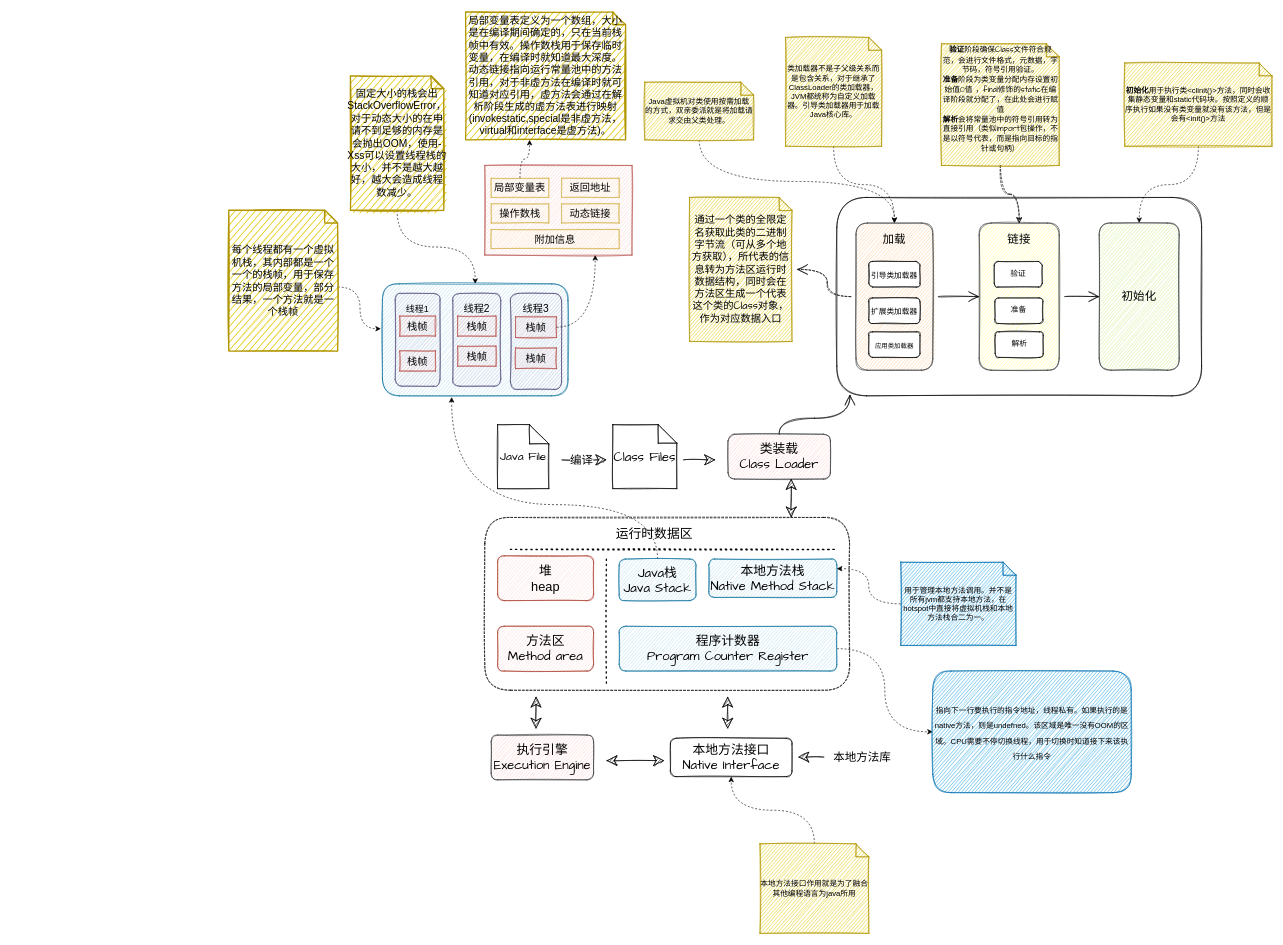
kchastes/blog keeps this draw.io diagram as study-note/JVM一览图.drawio. Above is the earlier version. Source tidied: cells renumbered, new cells numbered last; positions are measured from the earlier drawing's top-left corner, leaving out a move shared by most shapes. Both pictures are drawn from the tidied source at 64%, with x=0, y=0 at pixel (228, 12).
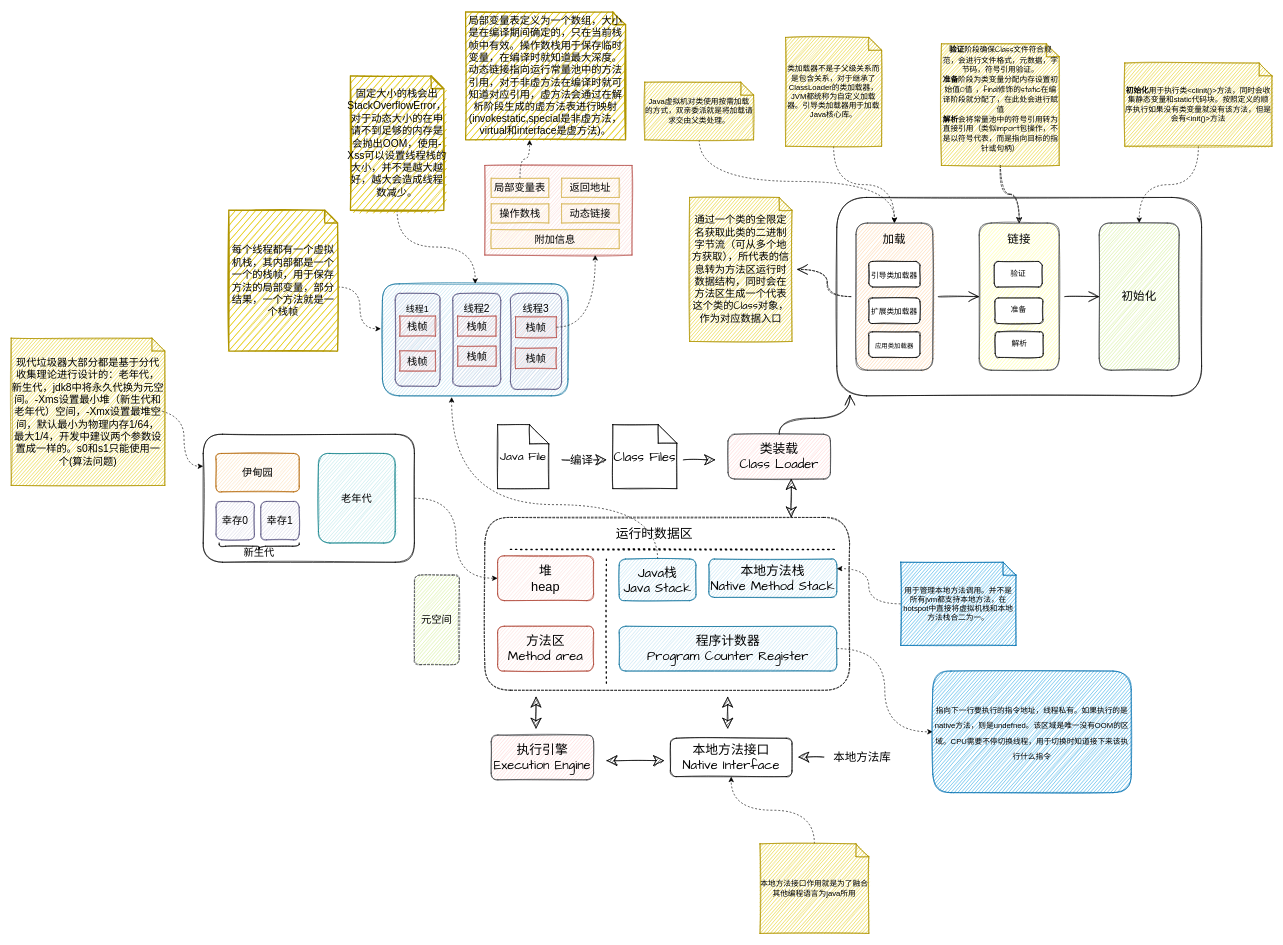
Above is the later version.

The change refers to these unchanged cells:
```xml
<mxCell id="4" value="堆 &lt;br&gt;heap" style="rounded=1;whiteSpace=wrap;html=1;sketch=1;hachureGap=4;fontFamily=微软雅黑;fontSize=20;fillColor=#fad9d5;strokeColor=#ae4132;" parent="1" vertex="1">
  <mxGeometry x="420" y="850" width="150" height="70" as="geometry" />
</mxCell>
```

The edit, as a diff of the source:
```diff
@@
+    <mxCell id="86" style="edgeStyle=orthogonalEdgeStyle;jettySize=auto;html=1;exitX=1;exitY=0.5;exitDx=0;exitDy=0;fontSize=16;curved=1;dashed=1;" parent="1" edge="1" source="90" target="4">
+      <mxGeometry relative="1" as="geometry" />
+    </mxCell>
@@
+    <mxCell id="87" style="edgeStyle=orthogonalEdgeStyle;curved=1;jettySize=auto;html=1;exitX=0;exitY=0;exitDx=200;exitDy=110;exitPerimeter=0;entryX=0;entryY=0.25;entryDx=0;entryDy=0;dashed=1;fontSize=16;" parent="1" edge="1" source="88" target="90">
+      <mxGeometry relative="1" as="geometry" />
+    </mxCell>
+    <mxCell id="88" value="&lt;font style=&quot;font-size: 16px;&quot;&gt;现代垃圾器大部分都是基于分代收集理论进行设计的：老年代，新生代，jdk8中将永久代换为元空间。-Xms设置最小堆（新生代和老年代）空间，-Xmx设置最堆空间，默认最小为物理内存1/64，最大1/4，开发中建议两个参数设置成一样的。s0和s1只能使用一个(算法问题)&lt;/font&gt;" style="shape=note;size=20;whiteSpace=wrap;html=1;fillColor=#e3c800;strokeColor=#B09500;sketch=1;fontColor=#000000;fontSize=16;" parent="1" vertex="1">
+      <mxGeometry x="-340" y="510" width="240" height="230" as="geometry" />
+    </mxCell>
+    <mxCell id="89" style="group;dashed=1;" parent="1" vertex="1">
+      <mxGeometry x="-40" y="660" width="330" height="210" as="geometry" />
+    </mxCell>
+    <mxCell id="90" style="rounded=1;whiteSpace=wrap;html=1;sketch=1;fontSize=16;fillColor=none;" parent="89" vertex="1">
+      <mxGeometry width="330" height="200" as="geometry" />
+    </mxCell>
+    <mxCell id="91" value="伊甸园" style="rounded=1;whiteSpace=wrap;html=1;sketch=1;fontSize=16;fillColor=#fad7ac;strokeColor=#b46504;" parent="89" vertex="1">
+      <mxGeometry x="20" y="30" width="130" height="60" as="geometry" />
+    </mxCell>
+    <mxCell id="92" value="幸存0" style="rounded=1;whiteSpace=wrap;html=1;sketch=1;fontSize=16;fillColor=#d0cee2;strokeColor=#56517e;" parent="89" vertex="1">
+      <mxGeometry x="20" y="105" width="60" height="60" as="geometry" />
+    </mxCell>
+    <mxCell id="93" value="幸存1" style="rounded=1;whiteSpace=wrap;html=1;sketch=1;fontSize=16;fillColor=#d0cee2;strokeColor=#56517e;" parent="89" vertex="1">
+      <mxGeometry x="90" y="105" width="60" height="60" as="geometry" />
+    </mxCell>
+    <mxCell id="94" value="老年代" style="rounded=1;whiteSpace=wrap;html=1;sketch=1;fontSize=16;fillColor=#b0e3e6;strokeColor=#0e8088;" parent="89" vertex="1">
+      <mxGeometry x="180" y="30" width="120" height="140" as="geometry" />
+    </mxCell>
+    <mxCell id="95" style="shape=curlyBracket;whiteSpace=wrap;html=1;rounded=1;flipH=1;sketch=1;fontSize=16;direction=north;" parent="89" vertex="1">
+      <mxGeometry x="25" y="170" width="125" height="10" as="geometry" />
+    </mxCell>
+    <mxCell id="96" value="新生代" style="text;html=1;strokeColor=none;fillColor=none;align=center;verticalAlign=middle;whiteSpace=wrap;rounded=0;sketch=1;fontSize=16;" parent="89" vertex="1">
+      <mxGeometry x="50" y="180" width="75" height="10" as="geometry" />
+    </mxCell>
+    <mxCell id="97" value="元空间" style="rounded=1;whiteSpace=wrap;html=1;sketch=1;fontSize=16;fillColor=#cdeb8b;strokeColor=#36393d;dashed=1;" parent="1" vertex="1">
+      <mxGeometry x="290" y="880" width="70" height="140" as="geometry" />
+    </mxCell>
```
